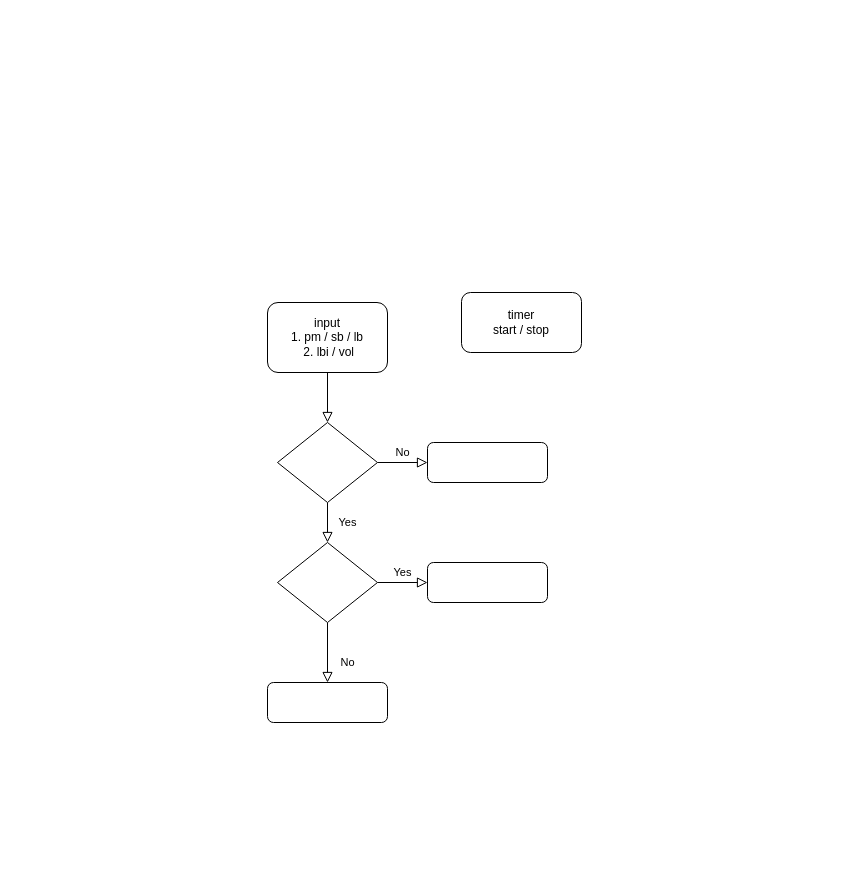
Earlier version of the draw.io diagram pomodoroFlow.drawio (Kohki-Takatama/Pomodoro). Source tidied: cells renumbered, new cells numbered last; positions are measured from the earlier drawing's top-left corner, leaving out a move shared by most shapes. Both pictures are drawn from the tidied source at 100%, with x=0, y=0 at pixel (267, 292).
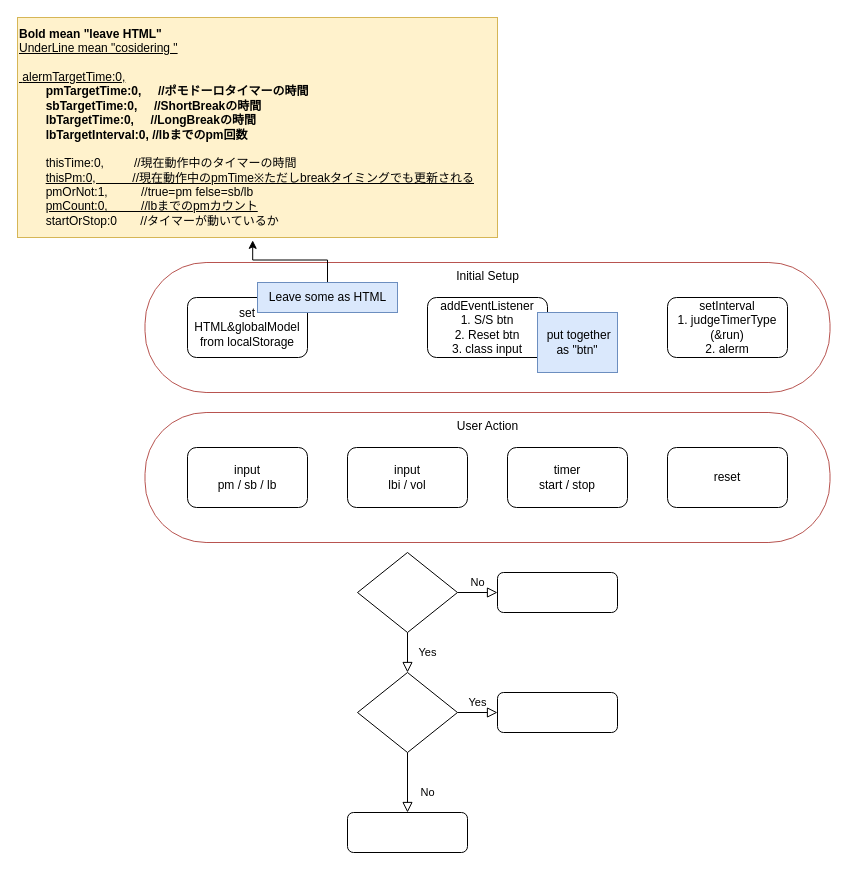
After the change.

Commit message:
pomodoroFlow.drawio を更新します

Diff of the diagram source:
```diff
@@
-    <mxCell id="2" style="rounded=0;html=1;jettySize=auto;fontSize=11;endArrow=block;endFill=0;endSize=8;strokeWidth=1;shadow=0;labelBackgroundColor=none;edgeStyle=orthogonalEdgeStyle;" parent="1" edge="1" source="3" target="6">
-      <mxGeometry relative="1" as="geometry" />
-    </mxCell>
+    <mxCell id="14" value="&lt;div&gt;&lt;b&gt;Bold mean &quot;leave HTML&quot;&lt;/b&gt;&lt;/div&gt;&lt;div&gt;&lt;div style=&quot;border-color: var(--border-color);&quot;&gt;&lt;u style=&quot;border-color: var(--border-color);&quot;&gt;UnderLine mean &quot;cosidering &quot;&lt;/u&gt;&lt;/div&gt;&lt;/div&gt;&lt;div style=&quot;border-color: var(--border-color);&quot;&gt;&lt;u style=&quot;border-color: var(--border-color);&quot;&gt;&lt;br&gt;&lt;/u&gt;&lt;/div&gt;&lt;div&gt;&lt;span style=&quot;&quot;&gt; &lt;/span&gt;&lt;span style=&quot;&quot;&gt; &lt;/span&gt;&lt;u&gt;&lt;span style=&quot;white-space: pre;&quot;&gt; &lt;/span&gt;alermTargetTime:0,&lt;/u&gt;&amp;nbsp;&lt;/div&gt;&lt;div&gt;&amp;nbsp; &amp;nbsp; &amp;nbsp; &amp;nbsp;&lt;b&gt; pmTargetTime:0,&amp;nbsp; &amp;nbsp; &amp;nbsp;//ポモドーロタイマーの時間&lt;/b&gt;&lt;/div&gt;&lt;div&gt;&amp;nbsp; &amp;nbsp; &amp;nbsp; &amp;nbsp; &lt;b&gt;sbTargetTime:0,&amp;nbsp; &amp;nbsp; &amp;nbsp;//ShortBreakの時間&lt;/b&gt;&lt;/div&gt;&lt;div&gt;&lt;b&gt;&amp;nbsp; &amp;nbsp; &amp;nbsp; &amp;nbsp; lbTargetTime:0,&amp;nbsp; &amp;nbsp; &amp;nbsp;//LongBreakの時間&lt;/b&gt;&lt;/div&gt;&lt;div&gt;&amp;nbsp; &amp;nbsp; &amp;nbsp; &amp;nbsp; &lt;b&gt;lbTargetInterval:0, //lbまでのpm回数&lt;/b&gt;&lt;/div&gt;&lt;div&gt;&lt;br&gt;&lt;/div&gt;&lt;div&gt;&lt;span style=&quot;background-color: initial;&quot;&gt;&amp;nbsp; &amp;nbsp; &amp;nbsp; &amp;nbsp; thisTime:0,&amp;nbsp; &amp;nbsp; &amp;nbsp; &amp;nbsp; &amp;nbsp;//現在動作中のタイマーの時間&lt;/span&gt;&lt;br&gt;&lt;/div&gt;&lt;div&gt;&amp;nbsp; &amp;nbsp; &amp;nbsp; &amp;nbsp; &lt;u&gt;thisPm:0,&amp;nbsp; &amp;nbsp; &amp;nbsp; &amp;nbsp; &amp;nbsp; &amp;nbsp;//現在動作中のpmTime※ただしbreakタイミングでも更新される&lt;/u&gt;&lt;/div&gt;&lt;div&gt;&amp;nbsp; &amp;nbsp; &amp;nbsp; &amp;nbsp; pmOrNot:1,&amp;nbsp; &amp;nbsp; &amp;nbsp; &amp;nbsp; &amp;nbsp; //true=pm felse=sb/lb&lt;/div&gt;&lt;div&gt;&amp;nbsp; &amp;nbsp; &amp;nbsp; &amp;nbsp; &lt;u&gt;pmCount:0,&amp;nbsp; &amp;nbsp; &amp;nbsp; &amp;nbsp; &amp;nbsp; //lbまでのpmカウント&lt;/u&gt;&lt;/div&gt;&lt;div&gt;&amp;nbsp; &amp;nbsp; &amp;nbsp; &amp;nbsp; startOrStop:0&amp;nbsp; &amp;nbsp; &amp;nbsp; &amp;nbsp;//タイマーが動いているか&lt;/div&gt;" style="text;html=1;align=left;verticalAlign=middle;points=[];strokeColor=#d6b656;fillColor=#fff2cc;labelPosition=center;verticalLabelPosition=middle;" parent="1" vertex="1">
+      <mxGeometry x="-250" y="-275" width="480" height="220" as="geometry" />
+    </mxCell>
+    <mxCell id="15" value="User Action" style="rounded=1;whiteSpace=wrap;html=1;fillColor=none;arcSize=47;horizontal=1;verticalAlign=top;labelBackgroundColor=default;strokeColor=#b85450;" parent="1" vertex="1">
+      <mxGeometry x="-122.5" y="120" width="685" height="130" as="geometry" />
+    </mxCell>
-    <mxCell id="3" value="input&lt;br&gt;1. pm / sb / lb&lt;br&gt;&amp;nbsp;2. lbi / vol" style="rounded=1;whiteSpace=wrap;html=1;fontSize=12;glass=0;strokeWidth=1;shadow=0;" parent="1" vertex="1">
-      <mxGeometry y="10" width="120" height="70" as="geometry" />
+    <mxCell id="3" value="input&lt;br&gt;pm / sb / lb" style="rounded=1;whiteSpace=wrap;html=1;fontSize=12;glass=0;strokeWidth=1;shadow=0;" parent="1" vertex="1">
+      <mxGeometry x="-80" y="155" width="120" height="60" as="geometry" />
     </mxCell>
@@
     <mxCell id="6" style="rhombus;whiteSpace=wrap;html=1;shadow=0;fontFamily=Helvetica;fontSize=12;align=center;strokeWidth=1;spacing=6;spacingTop=-4;" parent="1" vertex="1">
-      <mxGeometry x="10" y="130" width="100" height="80" as="geometry" />
+      <mxGeometry x="90" y="260" width="100" height="80" as="geometry" />
     </mxCell>
     <mxCell id="7" style="rounded=1;whiteSpace=wrap;html=1;fontSize=12;glass=0;strokeWidth=1;shadow=0;" parent="1" vertex="1">
-      <mxGeometry x="160" y="150" width="120" height="40" as="geometry" />
+      <mxGeometry x="230" y="280" width="120" height="40" as="geometry" />
     </mxCell>
@@
     <mxCell id="10" style="rhombus;whiteSpace=wrap;html=1;shadow=0;fontFamily=Helvetica;fontSize=12;align=center;strokeWidth=1;spacing=6;spacingTop=-4;" parent="1" vertex="1">
-      <mxGeometry x="10" y="250" width="100" height="80" as="geometry" />
+      <mxGeometry x="90" y="380" width="100" height="80" as="geometry" />
     </mxCell>
     <mxCell id="11" style="rounded=1;whiteSpace=wrap;html=1;fontSize=12;glass=0;strokeWidth=1;shadow=0;" parent="1" vertex="1">
-      <mxGeometry y="390" width="120" height="40" as="geometry" />
+      <mxGeometry x="80" y="520" width="120" height="40" as="geometry" />
     </mxCell>
     <mxCell id="12" style="rounded=1;whiteSpace=wrap;html=1;fontSize=12;glass=0;strokeWidth=1;shadow=0;" parent="1" vertex="1">
-      <mxGeometry x="160" y="270" width="120" height="40" as="geometry" />
+      <mxGeometry x="230" y="400" width="120" height="40" as="geometry" />
     </mxCell>
     <mxCell id="13" value="timer&lt;br&gt;start / stop" style="rounded=1;whiteSpace=wrap;html=1;" parent="1" vertex="1">
-      <mxGeometry x="194" width="120" height="60" as="geometry" />
+      <mxGeometry x="240" y="155" width="120" height="60" as="geometry" />
     </mxCell>
+    <mxCell id="16" value="reset" style="rounded=1;whiteSpace=wrap;html=1;" parent="1" vertex="1">
+      <mxGeometry x="400" y="155" width="120" height="60" as="geometry" />
+    </mxCell>
+    <mxCell id="17" value="input&lt;br&gt;lbi / vol" style="rounded=1;whiteSpace=wrap;html=1;" parent="1" vertex="1">
+      <mxGeometry x="80" y="155" width="120" height="60" as="geometry" />
+    </mxCell>
+    <mxCell id="18" value="Initial Setup" style="rounded=1;whiteSpace=wrap;html=1;fillColor=none;arcSize=47;horizontal=1;verticalAlign=top;labelBackgroundColor=default;strokeColor=#b85450;" parent="1" vertex="1">
+      <mxGeometry x="-122.5" y="-30" width="685" height="130" as="geometry" />
+    </mxCell>
+    <mxCell id="19" value="set HTML&amp;amp;globalModel&lt;br&gt;from localStorage" style="rounded=1;whiteSpace=wrap;html=1;" parent="1" vertex="1">
+      <mxGeometry x="-80" y="5" width="120" height="60" as="geometry" />
+    </mxCell>
+    <mxCell id="20" value="addEventListener&lt;br&gt;1. S/S btn&lt;br&gt;2. Reset btn&lt;br&gt;3. class input" style="rounded=1;whiteSpace=wrap;html=1;" parent="1" vertex="1">
+      <mxGeometry x="160" y="5" width="120" height="60" as="geometry" />
+    </mxCell>
+    <mxCell id="21" value="setInterval&lt;br&gt;1. judgeTimerType (&amp;amp;run)&lt;br&gt;2. alerm" style="rounded=1;whiteSpace=wrap;html=1;" parent="1" vertex="1">
+      <mxGeometry x="400" y="5" width="120" height="60" as="geometry" />
+    </mxCell>
+    <mxCell id="22" value="&amp;nbsp;put together as &quot;btn&quot;" style="text;html=1;strokeColor=#6c8ebf;fillColor=#dae8fc;align=center;verticalAlign=middle;whiteSpace=wrap;rounded=0;" parent="1" vertex="1">
+      <mxGeometry x="270" y="20" width="80" height="60" as="geometry" />
+    </mxCell>
+    <mxCell id="23" style="edgeStyle=orthogonalEdgeStyle;rounded=0;jettySize=auto;html=1;entryX=0.49;entryY=1.013;entryDx=0;entryDy=0;entryPerimeter=0;" parent="1" edge="1" source="24" target="14">
+      <mxGeometry relative="1" as="geometry" />
+    </mxCell>
+    <mxCell id="24" value="Leave some as HTML" style="text;html=1;align=center;verticalAlign=middle;points=[];strokeColor=#6c8ebf;fillColor=#dae8fc;" parent="1" vertex="1">
+      <mxGeometry x="-10" y="-10" width="140" height="30" as="geometry" />
+    </mxCell>
```
